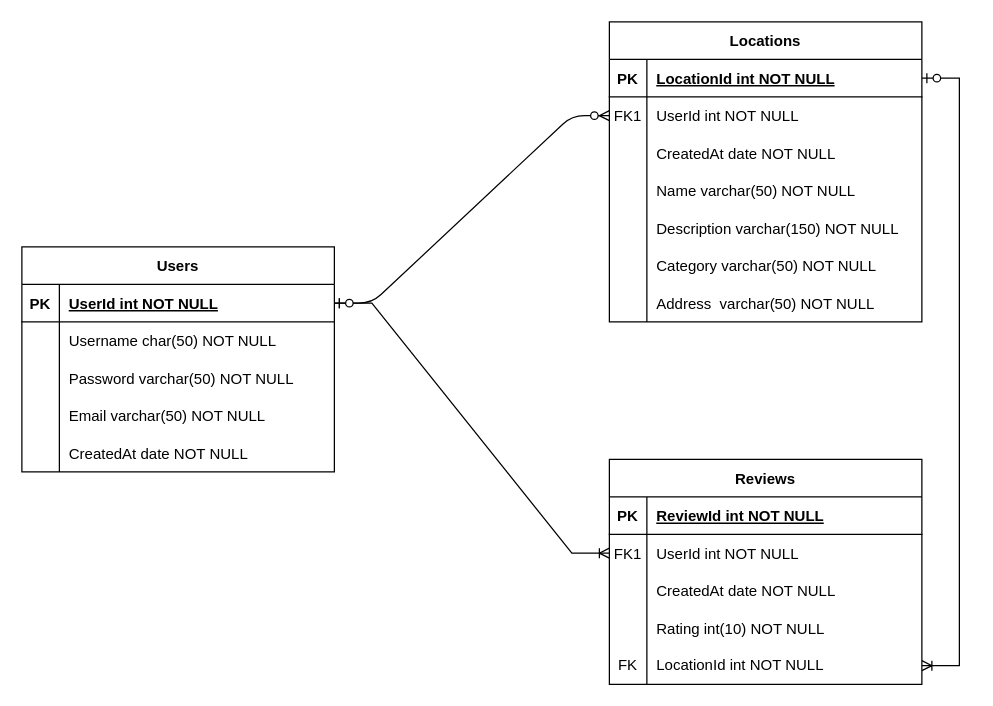
Before: LocalGuideApp.drawio in bhargav1997/Local-Guide-App-MVP, a draw.io diagram. Source tidied: cells renumbered, new cells numbered last; positions are measured from the earlier drawing's top-left corner, leaving out a move shared by most shapes. Both pictures are drawn from the tidied source at 125%, with x=0, y=0 at pixel (21, 21).
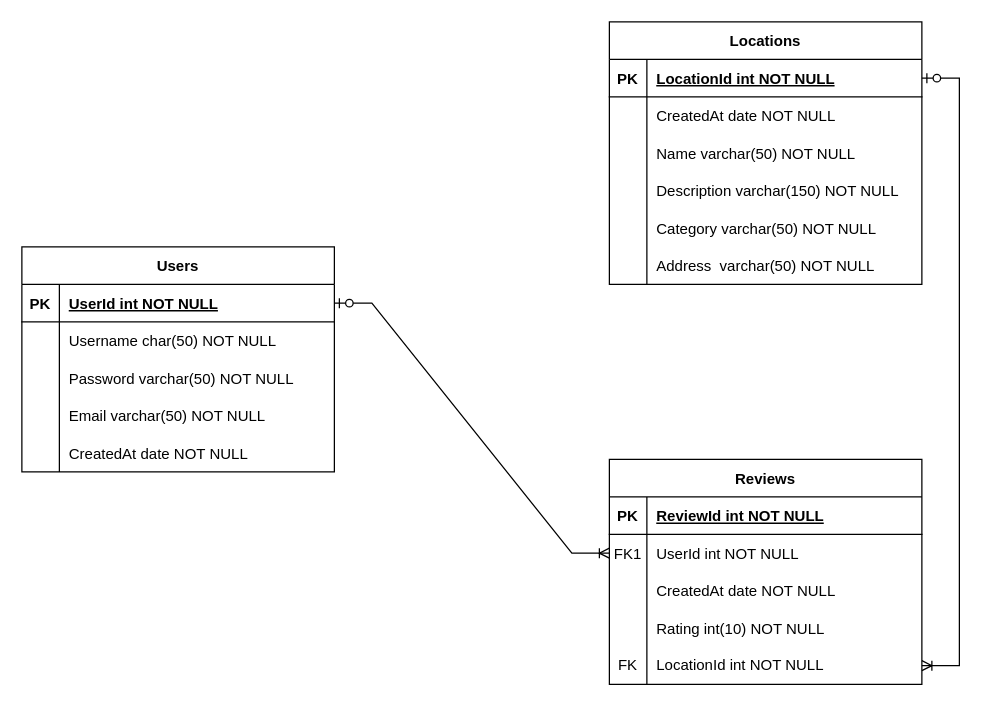
The same page after the edit.

Unchanged cells that the change refers to:
```xml
<mxCell id="26" style="shape=partialRectangle;fillColor=none;points=[[0,0.5],[1,0.5]];portConstraint=eastwest;top=0;left=0;right=0;bottom=1;" parent="25" vertex="1">
  <mxGeometry y="30" width="250" height="30" as="geometry" />
</mxCell>
```

Change to the diagram source:
```diff
@@
-    <mxCell id="2" style="edgeStyle=entityRelationEdgeStyle;endArrow=ERzeroToMany;startArrow=ERone;endFill=1;startFill=0;" parent="1" edge="1" source="26" target="7">
-      <mxGeometry relative="1" as="geometry" />
-    </mxCell>
     <mxCell id="3" value="Locations" style="shape=table;startSize=30;childLayout=tableLayout;rowLines=0;fontStyle=1;align=center;" parent="1" vertex="1">
-      <mxGeometry x="470" width="250" height="240" as="geometry" />
+      <mxGeometry x="470" width="250" height="210" as="geometry" />
     </mxCell>
@@
-    <mxCell id="7" style="shape=partialRectangle;fillColor=none;points=[[0,0.5],[1,0.5]];portConstraint=eastwest;top=0;left=0;right=0;bottom=0;" parent="3" vertex="1">
-      <mxGeometry y="60" width="250" height="30" as="geometry" />
-    </mxCell>
-    <mxCell id="8" value="FK1" style="shape=partialRectangle;overflow=hidden;fillColor=none;top=0;left=0;bottom=0;right=0;" parent="7" vertex="1">
-      <mxGeometry width="30" height="30" as="geometry" />
-    </mxCell>
-    <mxCell id="9" value="UserId int NOT NULL" style="shape=partialRectangle;overflow=hidden;fillColor=none;top=0;left=0;bottom=0;right=0;align=left;spacingLeft=6;" parent="7" vertex="1">
-      <mxGeometry x="30" width="220" height="30" as="geometry" />
-    </mxCell>
     <mxCell id="10" style="shape=partialRectangle;fillColor=none;top=0;left=0;right=0;bottom=0;" parent="3" vertex="1">
-      <mxGeometry y="90" width="250" height="30" as="geometry" />
+      <mxGeometry y="60" width="250" height="30" as="geometry" />
     </mxCell>
@@
     <mxCell id="13" style="shape=tableRow;horizontal=0;startSize=0;swimlaneHead=0;swimlaneBody=0;fillColor=none;top=0;left=0;right=0;bottom=0;" parent="3" vertex="1">
-      <mxGeometry y="120" width="250" height="30" as="geometry" />
+      <mxGeometry y="90" width="250" height="30" as="geometry" />
     </mxCell>
@@
     <mxCell id="16" style="shape=tableRow;horizontal=0;startSize=0;swimlaneHead=0;swimlaneBody=0;fillColor=none;top=0;left=0;right=0;bottom=0;" parent="3" vertex="1">
-      <mxGeometry y="150" width="250" height="30" as="geometry" />
+      <mxGeometry y="120" width="250" height="30" as="geometry" />
     </mxCell>
@@
     <mxCell id="19" style="shape=tableRow;horizontal=0;startSize=0;swimlaneHead=0;swimlaneBody=0;fillColor=none;top=0;left=0;right=0;bottom=0;" parent="3" vertex="1">
-      <mxGeometry y="180" width="250" height="30" as="geometry" />
+      <mxGeometry y="150" width="250" height="30" as="geometry" />
     </mxCell>
@@
     <mxCell id="22" style="shape=tableRow;horizontal=0;startSize=0;swimlaneHead=0;swimlaneBody=0;fillColor=none;top=0;left=0;right=0;bottom=0;" parent="3" vertex="1">
-      <mxGeometry y="210" width="250" height="30" as="geometry" />
+      <mxGeometry y="180" width="250" height="30" as="geometry" />
     </mxCell>
```
